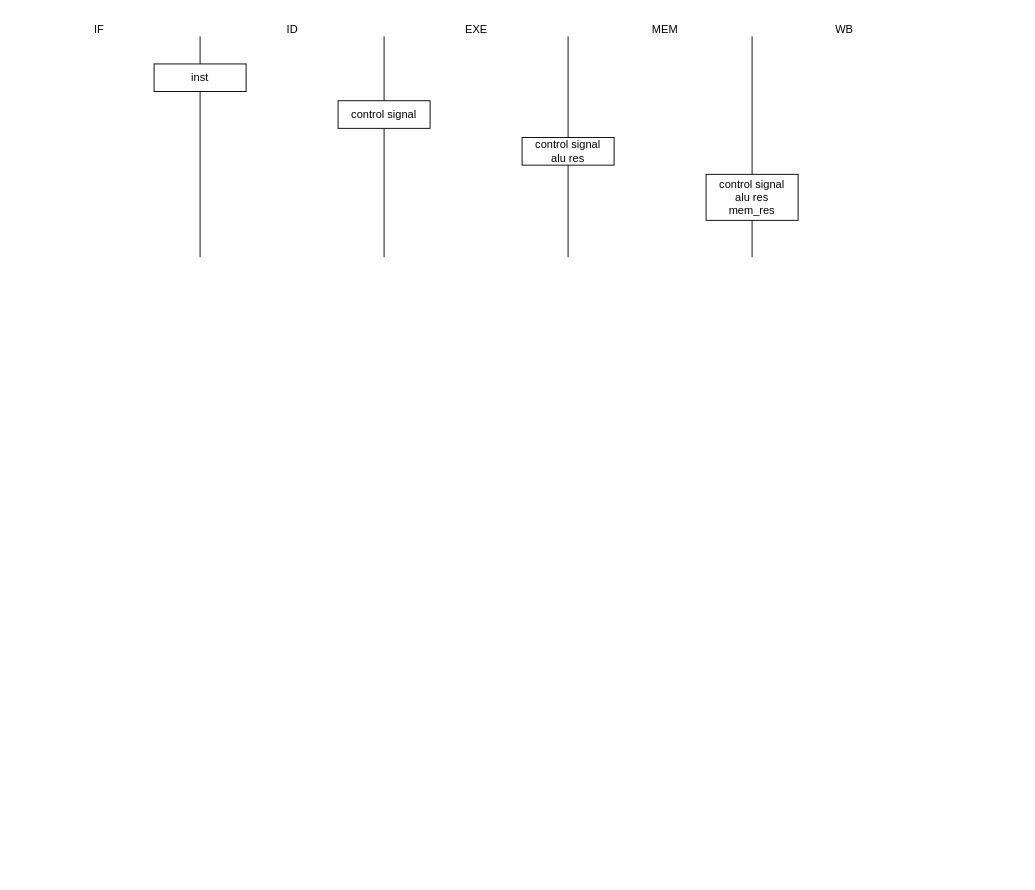
YaoLightning/cqu_mips keeps this draw.io diagram as doc/cqu_mips.drawio. Above is the earlier version. Source tidied: cells renumbered, new cells numbered last; positions are measured from the earlier drawing's top-left corner, leaving out a move shared by most shapes. Both pictures are drawn from the tidied source at 92%, with x=0, y=0 at pixel (85, 16).
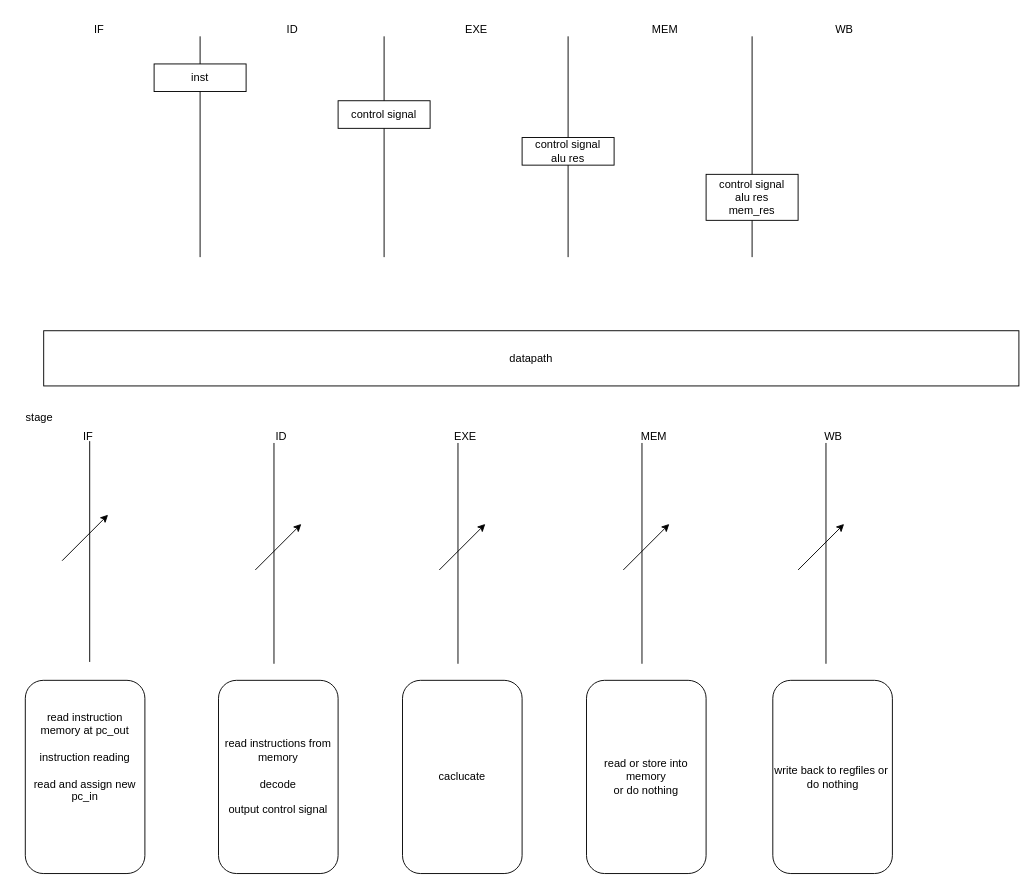
The same diagram, later.

The edit, as a diff of the source:
```diff
@@
+    <mxCell id="15" value="datapath" style="rounded=0;whiteSpace=wrap;html=1;" parent="1" vertex="1">
+      <mxGeometry x="-45" y="342" width="1060" height="60" as="geometry" />
+    </mxCell>
+    <mxCell id="16" style="endArrow=none;html=1;rounded=0;" parent="1" edge="1">
+      <mxGeometry relative="1" as="geometry">
+        <mxPoint x="605.3" y="704" as="sourcePoint" />
+        <mxPoint x="605.3" y="464" as="targetPoint" />
+      </mxGeometry>
+    </mxCell>
+    <mxCell id="17" style="endArrow=none;html=1;rounded=0;" parent="1" edge="1">
+      <mxGeometry relative="1" as="geometry">
+        <mxPoint x="405.3" y="704" as="sourcePoint" />
+        <mxPoint x="405.3" y="464" as="targetPoint" />
+      </mxGeometry>
+    </mxCell>
+    <mxCell id="18" style="endArrow=none;html=1;rounded=0;" parent="1" edge="1">
+      <mxGeometry relative="1" as="geometry">
+        <mxPoint x="805.3" y="704" as="sourcePoint" />
+        <mxPoint x="805.3" y="464" as="targetPoint" />
+      </mxGeometry>
+    </mxCell>
+    <mxCell id="19" style="endArrow=none;html=1;rounded=0;" parent="1" edge="1">
+      <mxGeometry relative="1" as="geometry">
+        <mxPoint x="205.3" y="704" as="sourcePoint" />
+        <mxPoint x="205.3" y="464" as="targetPoint" />
+      </mxGeometry>
+    </mxCell>
+    <mxCell id="20" value="IF" style="text;html=1;align=center;verticalAlign=middle;strokeColor=none;fillColor=none;" parent="1" vertex="1">
+      <mxGeometry x="-12.5" y="442" width="30" height="30" as="geometry" />
+    </mxCell>
+    <mxCell id="21" value="ID" style="text;html=1;align=center;verticalAlign=middle;strokeColor=none;fillColor=none;" parent="1" vertex="1">
+      <mxGeometry x="192.5" y="442" width="40" height="30" as="geometry" />
+    </mxCell>
+    <mxCell id="22" value="EXE" style="text;html=1;align=center;verticalAlign=middle;strokeColor=none;fillColor=none;" parent="1" vertex="1">
+      <mxGeometry x="387.5" y="442" width="50" height="30" as="geometry" />
+    </mxCell>
+    <mxCell id="23" value="MEM" style="text;html=1;align=center;verticalAlign=middle;strokeColor=none;fillColor=none;" parent="1" vertex="1">
+      <mxGeometry x="592.5" y="442" width="50" height="30" as="geometry" />
+    </mxCell>
+    <mxCell id="24" value="WB" style="text;html=1;align=center;verticalAlign=middle;strokeColor=none;fillColor=none;" parent="1" vertex="1">
+      <mxGeometry x="792.5" y="442" width="40" height="30" as="geometry" />
+    </mxCell>
+    <mxCell id="25" value="stage" style="text;html=1;align=center;verticalAlign=middle;strokeColor=none;fillColor=none;" parent="1" vertex="1">
+      <mxGeometry x="-75" y="422" width="50" height="30" as="geometry" />
+    </mxCell>
+    <mxCell id="26" style="endArrow=none;html=1;rounded=0;" parent="1" edge="1">
+      <mxGeometry relative="1" as="geometry">
+        <mxPoint x="5" y="702" as="sourcePoint" />
+        <mxPoint x="5" y="462" as="targetPoint" />
+      </mxGeometry>
+    </mxCell>
+    <mxCell id="27" style="endArrow=classic;html=1;rounded=0;" parent="1" edge="1">
+      <mxGeometry relative="1" as="geometry">
+        <mxPoint x="-25" y="592" as="sourcePoint" />
+        <mxPoint x="25" y="542" as="targetPoint" />
+      </mxGeometry>
+    </mxCell>
+    <mxCell id="28" style="endArrow=classic;html=1;rounded=0;" parent="1" edge="1">
+      <mxGeometry relative="1" as="geometry">
+        <mxPoint x="185" y="602" as="sourcePoint" />
+        <mxPoint x="235" y="552" as="targetPoint" />
+      </mxGeometry>
+    </mxCell>
+    <mxCell id="29" style="endArrow=classic;html=1;rounded=0;" parent="1" edge="1">
+      <mxGeometry relative="1" as="geometry">
+        <mxPoint x="385" y="602" as="sourcePoint" />
+        <mxPoint x="435" y="552" as="targetPoint" />
+      </mxGeometry>
+    </mxCell>
+    <mxCell id="30" style="endArrow=classic;html=1;rounded=0;" parent="1" edge="1">
+      <mxGeometry relative="1" as="geometry">
+        <mxPoint x="585" y="602" as="sourcePoint" />
+        <mxPoint x="635" y="552" as="targetPoint" />
+      </mxGeometry>
+    </mxCell>
+    <mxCell id="31" style="endArrow=classic;html=1;rounded=0;" parent="1" edge="1">
+      <mxGeometry relative="1" as="geometry">
+        <mxPoint x="775" y="602" as="sourcePoint" />
+        <mxPoint x="825" y="552" as="targetPoint" />
+      </mxGeometry>
+    </mxCell>
+    <mxCell id="32" value="&lt;div&gt;read instruction memory at pc_out&lt;/div&gt;&lt;div&gt;&lt;br&gt;&lt;/div&gt;instruction reading&lt;div&gt;&lt;br&gt;&lt;/div&gt;&lt;div&gt;read and assign new pc_in&lt;/div&gt;&lt;div&gt;&lt;br&gt;&lt;/div&gt;&lt;div&gt;&lt;br&gt;&lt;/div&gt;&lt;div&gt;&lt;br&gt;&lt;/div&gt;" style="rounded=1;whiteSpace=wrap;html=1;" parent="1" vertex="1">
+      <mxGeometry x="-65" y="722" width="130" height="210" as="geometry" />
+    </mxCell>
+    <mxCell id="33" value="&lt;div&gt;read instructions from memory&lt;/div&gt;&lt;div&gt;&lt;br&gt;&lt;/div&gt;&lt;div&gt;decode&lt;/div&gt;&lt;div&gt;&lt;br&gt;&lt;/div&gt;&lt;div&gt;output control signal&lt;/div&gt;" style="rounded=1;whiteSpace=wrap;html=1;" parent="1" vertex="1">
+      <mxGeometry x="145" y="722" width="130" height="210" as="geometry" />
+    </mxCell>
+    <mxCell id="34" value="&lt;div&gt;caclucate&lt;/div&gt;" style="rounded=1;whiteSpace=wrap;html=1;" parent="1" vertex="1">
+      <mxGeometry x="345" y="722" width="130" height="210" as="geometry" />
+    </mxCell>
+    <mxCell id="35" value="&lt;div&gt;read or store into memory&lt;/div&gt;&lt;div&gt;or do nothing&lt;/div&gt;" style="rounded=1;whiteSpace=wrap;html=1;" parent="1" vertex="1">
+      <mxGeometry x="545" y="722" width="130" height="210" as="geometry" />
+    </mxCell>
+    <mxCell id="36" value="&lt;div&gt;write back to regfiles or&amp;nbsp; do nothing&lt;/div&gt;" style="rounded=1;whiteSpace=wrap;html=1;" parent="1" vertex="1">
+      <mxGeometry x="747.5" y="722" width="130" height="210" as="geometry" />
+    </mxCell>
```
